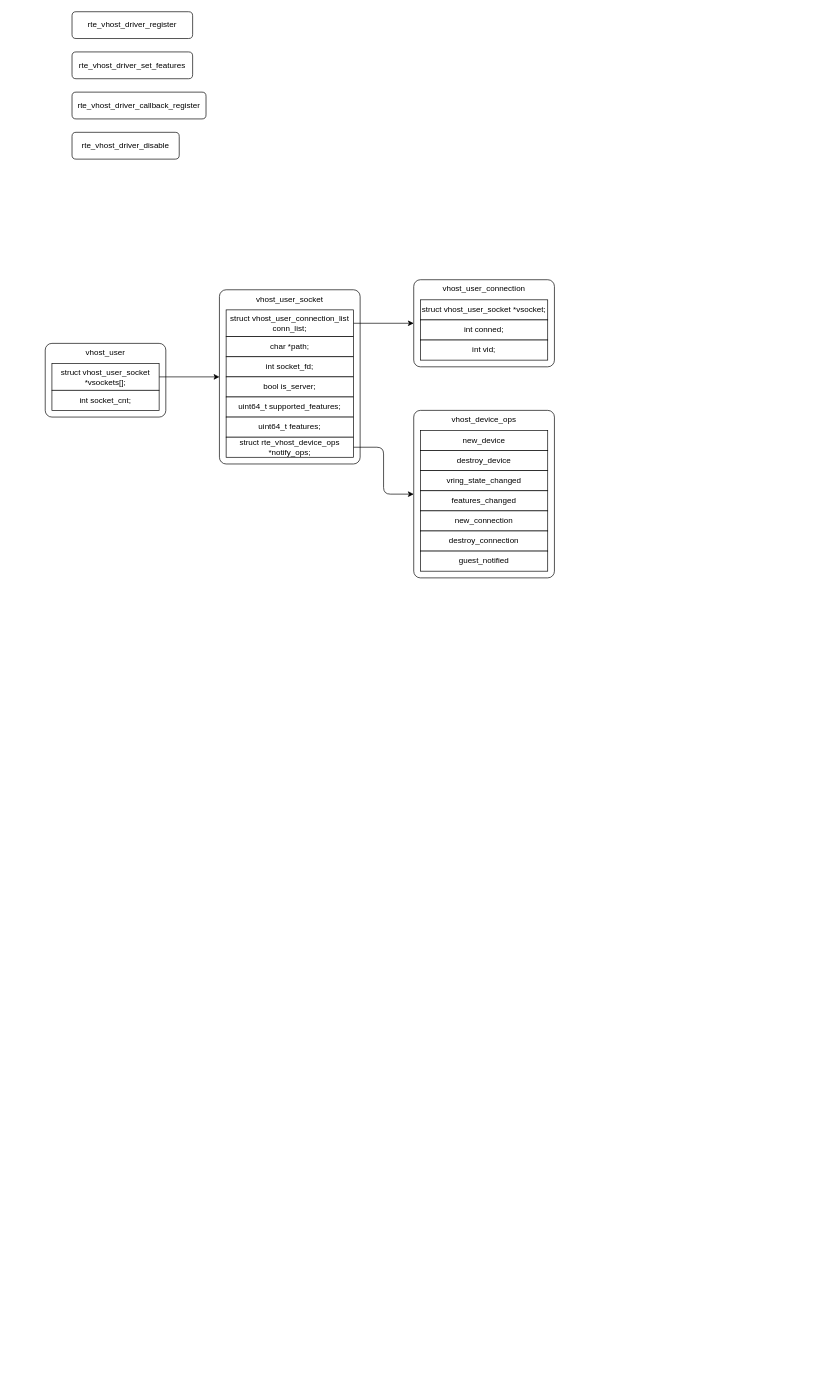
Earlier version of the draw.io diagram page "vhost" (7 of 7) of dpdk.drawio (Aspiresky/draw.io). Source tidied: cells renumbered, new cells numbered last; positions are measured from the earlier drawing's top-left corner, leaving out a move shared by most shapes. Both pictures are drawn from the tidied source at 67%, with x=0, y=0 at pixel (45, 11).
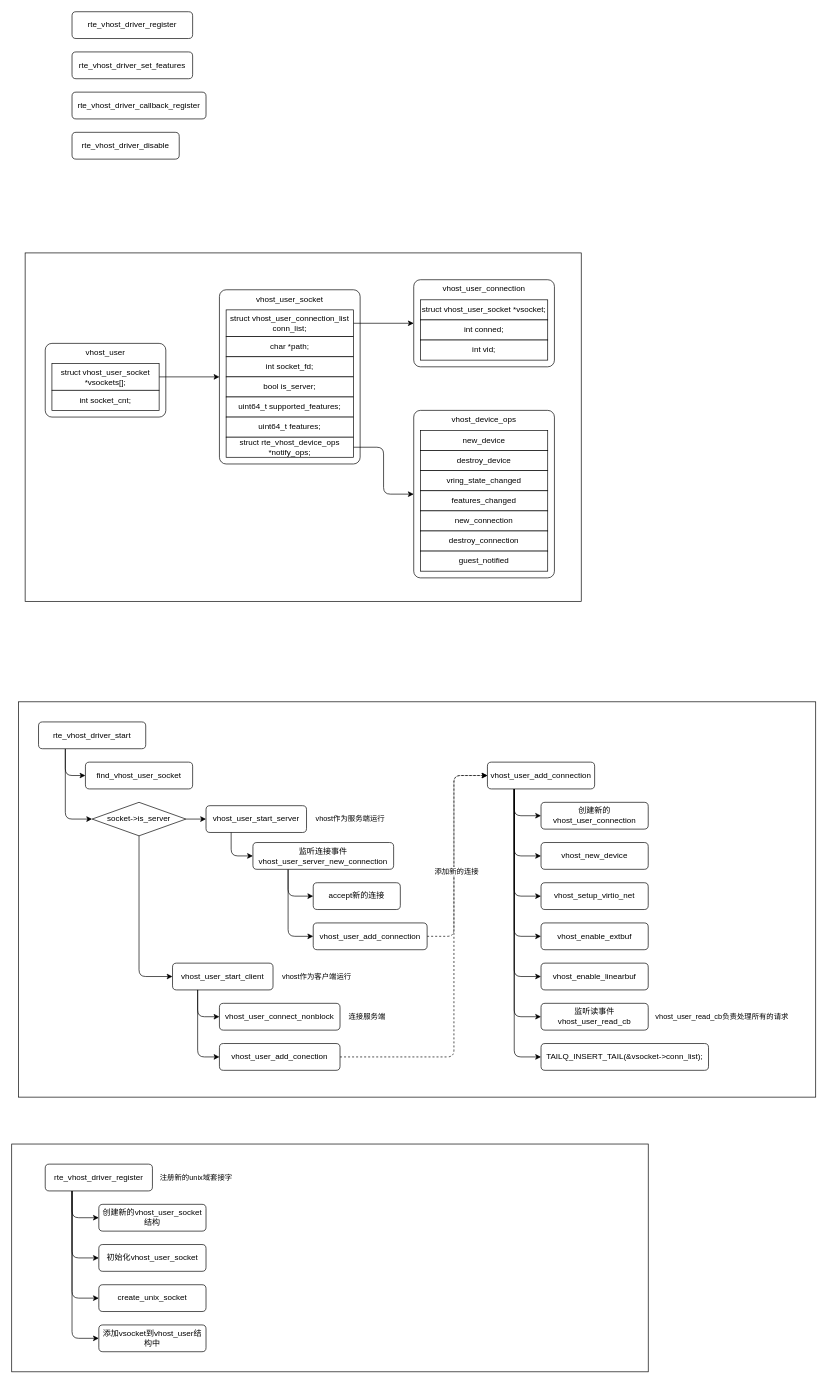
Above is the later version.

Unchanged cells that the change refers to:
```xml
<mxCell id="6" value="vhost_user_socket" style="rounded=1;whiteSpace=wrap;html=1;absoluteArcSize=1;verticalAlign=top;" parent="1" vertex="1">
  <mxGeometry x="260" y="415" width="210" height="260" as="geometry" />
</mxCell>
<mxCell id="19" value="struct vhost_user_socket *vsockets[];" style="rounded=0;whiteSpace=wrap;html=1;" parent="1" vertex="1">
  <mxGeometry x="10" y="525" width="160" height="40" as="geometry" />
</mxCell>
```

Diff of the diagram source:
```diff
@@
+    <mxCell id="33" style="rounded=0;whiteSpace=wrap;html=1;fontFamily=Helvetica;fontSize=11;fontColor=default;labelBackgroundColor=default;" parent="1" vertex="1">
+      <mxGeometry x="-40" y="1030" width="1190" height="590" as="geometry" />
+    </mxCell>
+    <mxCell id="34" style="edgeStyle=orthogonalEdgeStyle;rounded=1;jettySize=auto;html=1;exitX=0.25;exitY=1;exitDx=0;exitDy=0;entryX=0;entryY=0.5;entryDx=0;entryDy=0;curved=0;" parent="1" edge="1" source="36" target="37">
+      <mxGeometry relative="1" as="geometry" />
+    </mxCell>
+    <mxCell id="35" style="edgeStyle=orthogonalEdgeStyle;rounded=1;jettySize=auto;html=1;exitX=0.25;exitY=1;exitDx=0;exitDy=0;entryX=0;entryY=0.5;entryDx=0;entryDy=0;strokeColor=default;align=center;verticalAlign=middle;fontFamily=Helvetica;fontSize=11;fontColor=default;labelBackgroundColor=default;endArrow=classic;" parent="1" edge="1" source="36" target="40">
+      <mxGeometry relative="1" as="geometry" />
+    </mxCell>
+    <mxCell id="36" value="rte_vhost_driver_start" style="rounded=1;whiteSpace=wrap;html=1;" parent="1" vertex="1">
+      <mxGeometry x="-10" y="1060" width="160" height="40" as="geometry" />
+    </mxCell>
+    <mxCell id="37" value="find_vhost_user_socket" style="rounded=1;whiteSpace=wrap;html=1;" parent="1" vertex="1">
+      <mxGeometry x="60" y="1120" width="160" height="40" as="geometry" />
+    </mxCell>
+    <mxCell id="38" style="edgeStyle=orthogonalEdgeStyle;rounded=1;jettySize=auto;html=1;exitX=1;exitY=0.5;exitDx=0;exitDy=0;entryX=0;entryY=0.5;entryDx=0;entryDy=0;strokeColor=default;align=center;verticalAlign=middle;fontFamily=Helvetica;fontSize=11;fontColor=default;labelBackgroundColor=default;endArrow=classic;" parent="1" edge="1" source="40" target="41">
+      <mxGeometry relative="1" as="geometry" />
+    </mxCell>
+    <mxCell id="39" style="edgeStyle=orthogonalEdgeStyle;rounded=1;jettySize=auto;html=1;exitX=0.5;exitY=1;exitDx=0;exitDy=0;entryX=0;entryY=0.5;entryDx=0;entryDy=0;strokeColor=default;align=center;verticalAlign=middle;fontFamily=Helvetica;fontSize=11;fontColor=default;labelBackgroundColor=default;endArrow=classic;" parent="1" edge="1" source="40" target="42">
+      <mxGeometry relative="1" as="geometry" />
+    </mxCell>
+    <mxCell id="40" value="socket-&amp;gt;is_server" style="rhombus;whiteSpace=wrap;html=1;" parent="1" vertex="1">
+      <mxGeometry x="70" y="1180" width="140" height="50" as="geometry" />
+    </mxCell>
+    <mxCell id="41" value="vhost_user_start_server" style="rounded=1;whiteSpace=wrap;html=1;" parent="1" vertex="1">
+      <mxGeometry x="240" y="1185" width="150" height="40" as="geometry" />
+    </mxCell>
+    <mxCell id="42" value="vhost_user_start_client" style="rounded=1;whiteSpace=wrap;html=1;" parent="1" vertex="1">
+      <mxGeometry x="190" y="1420" width="150" height="40" as="geometry" />
+    </mxCell>
+    <mxCell id="43" style="edgeStyle=orthogonalEdgeStyle;rounded=1;jettySize=auto;html=1;exitX=0.25;exitY=1;exitDx=0;exitDy=0;entryX=0;entryY=0.5;entryDx=0;entryDy=0;strokeColor=default;align=center;verticalAlign=middle;fontFamily=Helvetica;fontSize=11;fontColor=default;labelBackgroundColor=default;endArrow=classic;" parent="1" edge="1" source="41" target="46">
+      <mxGeometry relative="1" as="geometry" />
+    </mxCell>
+    <mxCell id="44" style="edgeStyle=orthogonalEdgeStyle;rounded=1;jettySize=auto;html=1;exitX=0.25;exitY=1;exitDx=0;exitDy=0;entryX=0;entryY=0.5;entryDx=0;entryDy=0;strokeColor=default;align=center;verticalAlign=middle;fontFamily=Helvetica;fontSize=11;fontColor=default;labelBackgroundColor=default;endArrow=classic;" parent="1" edge="1" source="46" target="47">
+      <mxGeometry relative="1" as="geometry" />
+    </mxCell>
+    <mxCell id="45" style="edgeStyle=orthogonalEdgeStyle;rounded=1;jettySize=auto;html=1;exitX=0.25;exitY=1;exitDx=0;exitDy=0;entryX=0;entryY=0.5;entryDx=0;entryDy=0;strokeColor=default;align=center;verticalAlign=middle;fontFamily=Helvetica;fontSize=11;fontColor=default;labelBackgroundColor=default;endArrow=classic;" parent="1" edge="1" source="46" target="49">
+      <mxGeometry relative="1" as="geometry" />
+    </mxCell>
+    <mxCell id="46" value="监听连接事件vhost_user_server_new_connection" style="rounded=1;whiteSpace=wrap;html=1;" parent="1" vertex="1">
+      <mxGeometry x="310" y="1240" width="210" height="40" as="geometry" />
+    </mxCell>
+    <mxCell id="47" value="accept新的连接" style="rounded=1;whiteSpace=wrap;html=1;" parent="1" vertex="1">
+      <mxGeometry x="400" y="1300" width="130" height="40" as="geometry" />
+    </mxCell>
+    <mxCell id="48" style="edgeStyle=orthogonalEdgeStyle;rounded=1;jettySize=auto;html=1;exitX=1;exitY=0.5;exitDx=0;exitDy=0;entryX=0;entryY=0.5;entryDx=0;entryDy=0;strokeColor=default;align=center;verticalAlign=middle;fontFamily=Helvetica;fontSize=11;fontColor=default;labelBackgroundColor=default;endArrow=classic;dashed=1;" parent="1" edge="1" source="49" target="59">
+      <mxGeometry relative="1" as="geometry">
+        <Array as="points">
+          <mxPoint x="610" y="1380" />
+          <mxPoint x="610" y="1140" />
+        </Array>
+      </mxGeometry>
+    </mxCell>
+    <mxCell id="49" value="vhost_user_add_connection" style="rounded=1;whiteSpace=wrap;html=1;" parent="1" vertex="1">
+      <mxGeometry x="400" y="1360" width="170" height="40" as="geometry" />
+    </mxCell>
+    <mxCell id="50" style="edgeStyle=orthogonalEdgeStyle;rounded=1;jettySize=auto;html=1;exitX=0.25;exitY=1;exitDx=0;exitDy=0;entryX=0;entryY=0.5;entryDx=0;entryDy=0;strokeColor=default;align=center;verticalAlign=middle;fontFamily=Helvetica;fontSize=11;fontColor=default;labelBackgroundColor=default;endArrow=classic;" parent="1" edge="1" source="42" target="60">
+      <mxGeometry relative="1" as="geometry" />
+    </mxCell>
+    <mxCell id="51" style="edgeStyle=orthogonalEdgeStyle;rounded=1;jettySize=auto;html=1;exitX=0.25;exitY=1;exitDx=0;exitDy=0;entryX=0;entryY=0.5;entryDx=0;entryDy=0;strokeColor=default;align=center;verticalAlign=middle;fontFamily=Helvetica;fontSize=11;fontColor=default;labelBackgroundColor=default;endArrow=classic;" parent="1" edge="1" source="42" target="63">
+      <mxGeometry relative="1" as="geometry" />
+    </mxCell>
+    <mxCell id="52" style="edgeStyle=orthogonalEdgeStyle;rounded=1;jettySize=auto;html=1;exitX=0.25;exitY=1;exitDx=0;exitDy=0;entryX=0;entryY=0.5;entryDx=0;entryDy=0;strokeColor=default;align=center;verticalAlign=middle;fontFamily=Helvetica;fontSize=11;fontColor=default;labelBackgroundColor=default;endArrow=classic;" parent="1" edge="1" source="59" target="64">
+      <mxGeometry relative="1" as="geometry" />
+    </mxCell>
+    <mxCell id="53" style="edgeStyle=orthogonalEdgeStyle;rounded=1;jettySize=auto;html=1;exitX=0.25;exitY=1;exitDx=0;exitDy=0;entryX=0;entryY=0.5;entryDx=0;entryDy=0;strokeColor=default;align=center;verticalAlign=middle;fontFamily=Helvetica;fontSize=11;fontColor=default;labelBackgroundColor=default;endArrow=classic;" parent="1" edge="1" source="59" target="65">
+      <mxGeometry relative="1" as="geometry" />
+    </mxCell>
+    <mxCell id="54" style="edgeStyle=orthogonalEdgeStyle;rounded=1;jettySize=auto;html=1;exitX=0.25;exitY=1;exitDx=0;exitDy=0;entryX=0;entryY=0.5;entryDx=0;entryDy=0;strokeColor=default;align=center;verticalAlign=middle;fontFamily=Helvetica;fontSize=11;fontColor=default;labelBackgroundColor=default;endArrow=classic;" parent="1" edge="1" source="59" target="66">
+      <mxGeometry relative="1" as="geometry" />
+    </mxCell>
+    <mxCell id="55" style="edgeStyle=orthogonalEdgeStyle;rounded=1;jettySize=auto;html=1;exitX=0.25;exitY=1;exitDx=0;exitDy=0;entryX=0;entryY=0.5;entryDx=0;entryDy=0;strokeColor=default;align=center;verticalAlign=middle;fontFamily=Helvetica;fontSize=11;fontColor=default;labelBackgroundColor=default;endArrow=classic;" parent="1" edge="1" source="59" target="67">
+      <mxGeometry relative="1" as="geometry" />
+    </mxCell>
+    <mxCell id="56" style="edgeStyle=orthogonalEdgeStyle;rounded=1;jettySize=auto;html=1;exitX=0.25;exitY=1;exitDx=0;exitDy=0;entryX=0;entryY=0.5;entryDx=0;entryDy=0;strokeColor=default;align=center;verticalAlign=middle;fontFamily=Helvetica;fontSize=11;fontColor=default;labelBackgroundColor=default;endArrow=classic;" parent="1" edge="1" source="59" target="68">
+      <mxGeometry relative="1" as="geometry" />
+    </mxCell>
+    <mxCell id="57" style="edgeStyle=orthogonalEdgeStyle;rounded=1;jettySize=auto;html=1;exitX=0.25;exitY=1;exitDx=0;exitDy=0;entryX=0;entryY=0.5;entryDx=0;entryDy=0;strokeColor=default;align=center;verticalAlign=middle;fontFamily=Helvetica;fontSize=11;fontColor=default;labelBackgroundColor=default;endArrow=classic;" parent="1" edge="1" source="59" target="69">
+      <mxGeometry relative="1" as="geometry" />
+    </mxCell>
+    <mxCell id="58" style="edgeStyle=orthogonalEdgeStyle;rounded=1;jettySize=auto;html=1;exitX=0.25;exitY=1;exitDx=0;exitDy=0;entryX=0;entryY=0.5;entryDx=0;entryDy=0;strokeColor=default;align=center;verticalAlign=middle;fontFamily=Helvetica;fontSize=11;fontColor=default;labelBackgroundColor=default;endArrow=classic;" parent="1" edge="1" source="59" target="70">
+      <mxGeometry relative="1" as="geometry" />
+    </mxCell>
+    <mxCell id="59" value="vhost_user_add_connection" style="rounded=1;whiteSpace=wrap;html=1;" parent="1" vertex="1">
+      <mxGeometry x="660" y="1120" width="160" height="40" as="geometry" />
+    </mxCell>
+    <mxCell id="60" value="vhost_user_connect_nonblock" style="rounded=1;whiteSpace=wrap;html=1;" parent="1" vertex="1">
+      <mxGeometry x="260" y="1480" width="180" height="40" as="geometry" />
+    </mxCell>
+    <mxCell id="61" style="edgeStyle=orthogonalEdgeStyle;rounded=1;jettySize=auto;html=1;exitX=1;exitY=0.5;exitDx=0;exitDy=0;entryX=0;entryY=0.5;entryDx=0;entryDy=0;strokeColor=default;align=center;verticalAlign=middle;fontFamily=Helvetica;fontSize=11;fontColor=default;labelBackgroundColor=default;endArrow=classic;dashed=1;" parent="1" edge="1" source="63" target="59">
+      <mxGeometry relative="1" as="geometry">
+        <Array as="points">
+          <mxPoint x="610" y="1560" />
+          <mxPoint x="610" y="1140" />
+        </Array>
+      </mxGeometry>
+    </mxCell>
+    <mxCell id="62" value="添加新的连接" style="edgeLabel;html=1;align=center;verticalAlign=middle;fontFamily=Helvetica;fontSize=11;fontColor=default;labelBackgroundColor=default;" parent="61" vertex="1">
+      <mxGeometry x="0.4" y="-3" relative="1" as="geometry" />
+    </mxCell>
+    <mxCell id="63" value="vhost_user_add_conection" style="rounded=1;whiteSpace=wrap;html=1;" parent="1" vertex="1">
+      <mxGeometry x="260" y="1540" width="180" height="40" as="geometry" />
+    </mxCell>
+    <mxCell id="64" value="创建新的vhost_user_connection" style="rounded=1;whiteSpace=wrap;html=1;" parent="1" vertex="1">
+      <mxGeometry x="740" y="1180" width="160" height="40" as="geometry" />
+    </mxCell>
+    <mxCell id="65" value="vhost_new_device" style="rounded=1;whiteSpace=wrap;html=1;" parent="1" vertex="1">
+      <mxGeometry x="740" y="1240" width="160" height="40" as="geometry" />
+    </mxCell>
+    <mxCell id="66" value="监听读事件&lt;br&gt;vhost_user_read_cb" style="rounded=1;whiteSpace=wrap;html=1;" parent="1" vertex="1">
+      <mxGeometry x="740" y="1480" width="160" height="40" as="geometry" />
+    </mxCell>
+    <mxCell id="67" value="vhost_setup_virtio_net" style="rounded=1;whiteSpace=wrap;html=1;" parent="1" vertex="1">
+      <mxGeometry x="740" y="1300" width="160" height="40" as="geometry" />
+    </mxCell>
+    <mxCell id="68" value="vhost_enable_extbuf" style="rounded=1;whiteSpace=wrap;html=1;" parent="1" vertex="1">
+      <mxGeometry x="740" y="1360" width="160" height="40" as="geometry" />
+    </mxCell>
+    <mxCell id="69" value="vhost_enable_linearbuf" style="rounded=1;whiteSpace=wrap;html=1;" parent="1" vertex="1">
+      <mxGeometry x="740" y="1420" width="160" height="40" as="geometry" />
+    </mxCell>
+    <mxCell id="70" value="TAILQ_INSERT_TAIL(&amp;amp;vsocket-&amp;gt;conn_list);" style="rounded=1;whiteSpace=wrap;html=1;" parent="1" vertex="1">
+      <mxGeometry x="740" y="1540" width="250" height="40" as="geometry" />
+    </mxCell>
+    <mxCell id="71" value="vhost作为服务端运行" style="text;html=1;align=center;verticalAlign=middle;strokeColor=none;fillColor=none;fontFamily=Helvetica;fontSize=11;fontColor=default;labelBackgroundColor=default;" parent="1" vertex="1">
+      <mxGeometry x="390" y="1190" width="130" height="30" as="geometry" />
+    </mxCell>
+    <mxCell id="72" value="vhost作为客户端运行" style="text;html=1;align=center;verticalAlign=middle;strokeColor=none;fillColor=none;fontFamily=Helvetica;fontSize=11;fontColor=default;labelBackgroundColor=default;" parent="1" vertex="1">
+      <mxGeometry x="340" y="1425" width="130" height="30" as="geometry" />
+    </mxCell>
+    <mxCell id="73" value="连接服务端" style="text;html=1;align=center;verticalAlign=middle;strokeColor=none;fillColor=none;fontFamily=Helvetica;fontSize=11;fontColor=default;labelBackgroundColor=default;" parent="1" vertex="1">
+      <mxGeometry x="440" y="1485" width="80" height="30" as="geometry" />
+    </mxCell>
+    <mxCell id="74" value="vhost_user_read_cb负责处理所有的请求" style="text;html=1;align=center;verticalAlign=middle;strokeColor=none;fillColor=none;fontFamily=Helvetica;fontSize=11;fontColor=default;labelBackgroundColor=default;" parent="1" vertex="1">
+      <mxGeometry x="900" y="1485" width="220" height="30" as="geometry" />
+    </mxCell>
+    <mxCell id="75" style="rounded=0;whiteSpace=wrap;html=1;fontFamily=Helvetica;fontSize=11;fontColor=default;labelBackgroundColor=default;" parent="1" vertex="1">
+      <mxGeometry x="-30" y="360" width="830" height="520" as="geometry" />
+    </mxCell>
@@
-    <mxCell id="17" style="edgeStyle=orthogonalEdgeStyle;rounded=1;jettySize=auto;html=1;exitX=1;exitY=0.5;exitDx=0;exitDy=0;entryX=0;entryY=0.5;entryDx=0;entryDy=0;strokeColor=none;curved=0;" parent="1" edge="1" source="19" target="6">
-      <mxGeometry relative="1" as="geometry" />
-    </mxCell>
-    <mxCell id="18" style="edgeStyle=orthogonalEdgeStyle;rounded=1;jettySize=auto;html=1;exitX=1;exitY=0.5;exitDx=0;exitDy=0;entryX=0;entryY=0.5;entryDx=0;entryDy=0;curved=0;" parent="1" edge="1" source="19" target="6">
-      <mxGeometry relative="1" as="geometry" />
-    </mxCell>
+    <mxCell id="76" style="edgeStyle=orthogonalEdgeStyle;rounded=1;jettySize=auto;html=1;exitX=1;exitY=0.5;exitDx=0;exitDy=0;entryX=0;entryY=0.5;entryDx=0;entryDy=0;strokeColor=none;curved=0;" parent="1" edge="1" source="19" target="6">
+      <mxGeometry relative="1" as="geometry" />
+    </mxCell>
+    <mxCell id="77" style="edgeStyle=orthogonalEdgeStyle;rounded=1;jettySize=auto;html=1;exitX=1;exitY=0.5;exitDx=0;exitDy=0;entryX=0;entryY=0.5;entryDx=0;entryDy=0;curved=0;" parent="1" edge="1" source="19" target="6">
+      <mxGeometry relative="1" as="geometry" />
+    </mxCell>
@@
+    <mxCell id="78" style="rounded=0;whiteSpace=wrap;html=1;fontFamily=Helvetica;fontSize=11;fontColor=default;labelBackgroundColor=default;" parent="1" vertex="1">
+      <mxGeometry x="-50" y="1690" width="950" height="340" as="geometry" />
+    </mxCell>
+    <mxCell id="79" style="edgeStyle=orthogonalEdgeStyle;rounded=1;jettySize=auto;html=1;exitX=0.25;exitY=1;exitDx=0;exitDy=0;entryX=0;entryY=0.5;entryDx=0;entryDy=0;strokeColor=default;align=center;verticalAlign=middle;fontFamily=Helvetica;fontSize=11;fontColor=default;labelBackgroundColor=default;endArrow=classic;" parent="1" edge="1" source="83" target="84">
+      <mxGeometry relative="1" as="geometry" />
+    </mxCell>
+    <mxCell id="80" style="edgeStyle=orthogonalEdgeStyle;rounded=1;jettySize=auto;html=1;exitX=0.25;exitY=1;exitDx=0;exitDy=0;entryX=0;entryY=0.5;entryDx=0;entryDy=0;strokeColor=default;align=center;verticalAlign=middle;fontFamily=Helvetica;fontSize=11;fontColor=default;labelBackgroundColor=default;endArrow=classic;" parent="1" edge="1" source="83" target="85">
+      <mxGeometry relative="1" as="geometry" />
+    </mxCell>
+    <mxCell id="81" style="edgeStyle=orthogonalEdgeStyle;rounded=1;jettySize=auto;html=1;exitX=0.25;exitY=1;exitDx=0;exitDy=0;entryX=0;entryY=0.5;entryDx=0;entryDy=0;strokeColor=default;align=center;verticalAlign=middle;fontFamily=Helvetica;fontSize=11;fontColor=default;labelBackgroundColor=default;endArrow=classic;" parent="1" edge="1" source="83" target="86">
+      <mxGeometry relative="1" as="geometry" />
+    </mxCell>
+    <mxCell id="82" style="edgeStyle=orthogonalEdgeStyle;rounded=1;jettySize=auto;html=1;exitX=0.25;exitY=1;exitDx=0;exitDy=0;entryX=0;entryY=0.5;entryDx=0;entryDy=0;strokeColor=default;align=center;verticalAlign=middle;fontFamily=Helvetica;fontSize=11;fontColor=default;labelBackgroundColor=default;endArrow=classic;" parent="1" edge="1" source="83" target="87">
+      <mxGeometry relative="1" as="geometry" />
+    </mxCell>
+    <mxCell id="83" value="rte_vhost_driver_register" style="rounded=1;whiteSpace=wrap;html=1;" parent="1" vertex="1">
+      <mxGeometry y="1720" width="160" height="40" as="geometry" />
+    </mxCell>
+    <mxCell id="84" value="创建新的vhost_user_socket结构" style="rounded=1;whiteSpace=wrap;html=1;" parent="1" vertex="1">
+      <mxGeometry x="80" y="1780" width="160" height="40" as="geometry" />
+    </mxCell>
+    <mxCell id="85" value="初始化vhost_user_socket" style="rounded=1;whiteSpace=wrap;html=1;" parent="1" vertex="1">
+      <mxGeometry x="80" y="1840" width="160" height="40" as="geometry" />
+    </mxCell>
+    <mxCell id="86" value="create_unix_socket" style="rounded=1;whiteSpace=wrap;html=1;" parent="1" vertex="1">
+      <mxGeometry x="80" y="1900" width="160" height="40" as="geometry" />
+    </mxCell>
+    <mxCell id="87" value="添加vsocket到vhost_user结构中" style="rounded=1;whiteSpace=wrap;html=1;" parent="1" vertex="1">
+      <mxGeometry x="80" y="1960" width="160" height="40" as="geometry" />
+    </mxCell>
+    <mxCell id="88" value="注册新的unix域套接字" style="text;html=1;align=center;verticalAlign=middle;strokeColor=none;fillColor=none;fontFamily=Helvetica;fontSize=11;fontColor=default;labelBackgroundColor=default;" parent="1" vertex="1">
+      <mxGeometry x="160" y="1725" width="130" height="30" as="geometry" />
+    </mxCell>
```
